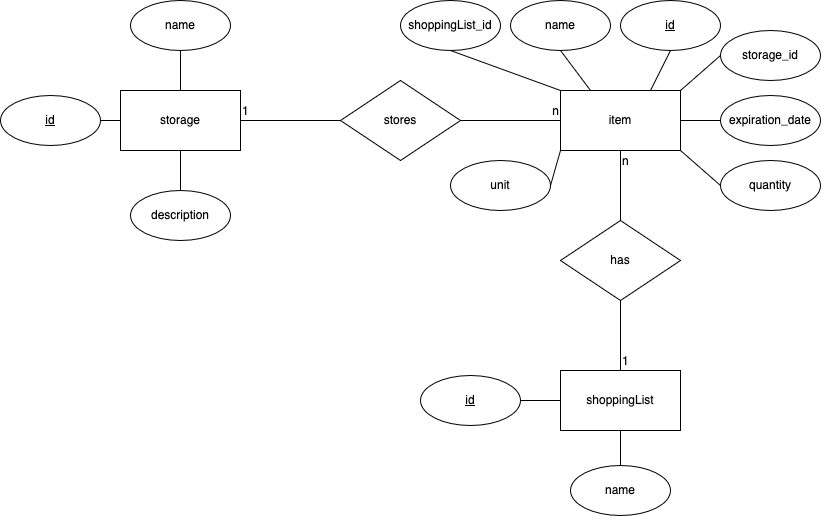
Above: docs/assets/er-model.png in niklaskroe/hrp-api (draw.io), before the change. Source tidied: cells renumbered, new cells last; positions are measured from the earlier drawing's top-left corner, leaving out a move shared by most shapes.
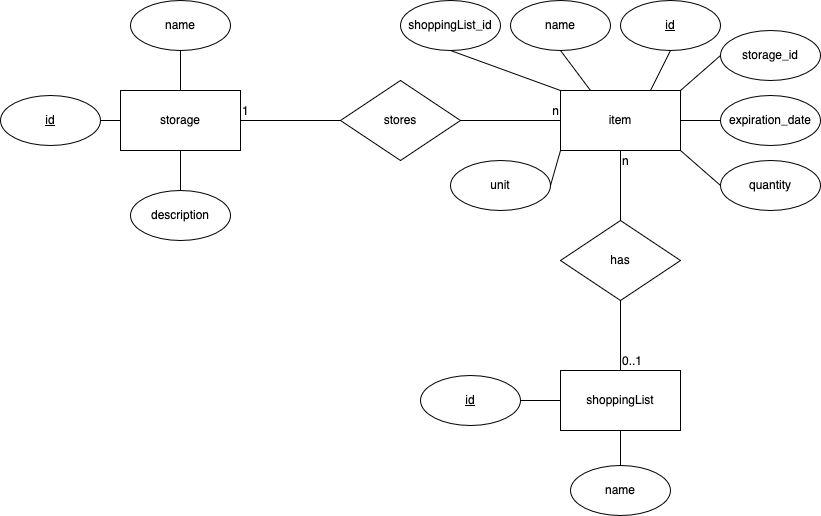
The same diagram one commit later.

Change to the diagram source:
```diff
@@ -125,7 +125,7 @@
     <mxCell id="40" style="endArrow=none;html=1;rounded=0;exitX=0.5;exitY=0;exitDx=0;exitDy=0;entryX=0.5;entryY=1;entryDx=0;entryDy=0;" parent="1" edge="1" source="4" target="18">
       <mxGeometry relative="1" as="geometry" />
     </mxCell>
-    <mxCell id="41" value="1" style="html=1;whiteSpace=wrap;align=left;verticalAlign=bottom;" parent="40" vertex="1">
+    <mxCell id="41" value="0..1" style="html=1;whiteSpace=wrap;align=left;verticalAlign=bottom;" parent="40" vertex="1">
       <mxGeometry x="-1" relative="1" as="geometry" />
     </mxCell>
     <mxCell id="42" style="html=1;whiteSpace=wrap;align=right;verticalAlign=bottom;" parent="40" vertex="1">
```
